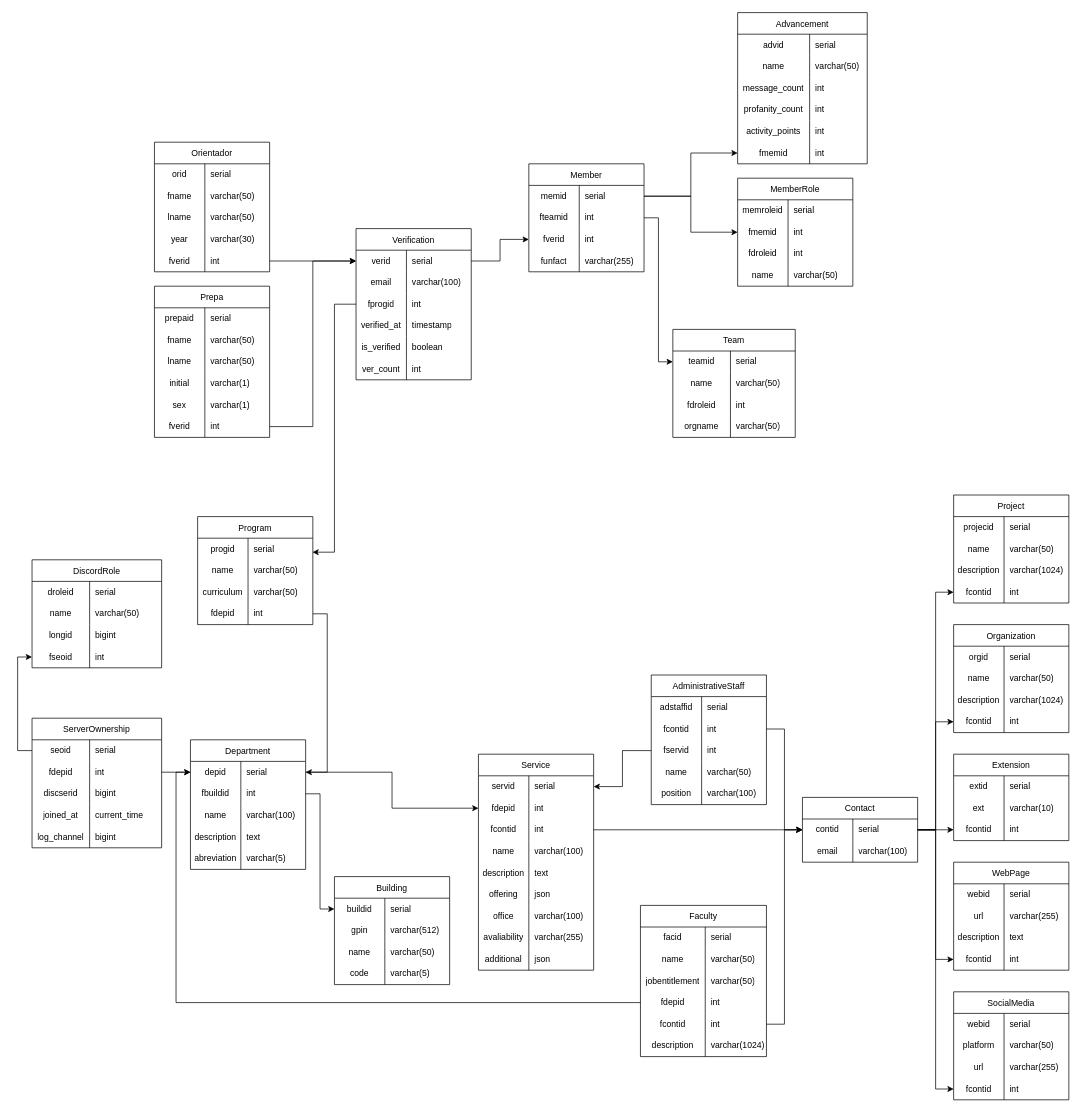
The draw.io diagram assets/schema/DatabaseSchema.drawio in AlfredoSoto1/BotOrientador, before the edit. Source tidied: cells renumbered, new cells numbered last; positions are measured from the earlier drawing's top-left corner, leaving out a move shared by most shapes. Both pictures are drawn from the tidied source at 72%, with x=0, y=0 at pixel (32, 12).
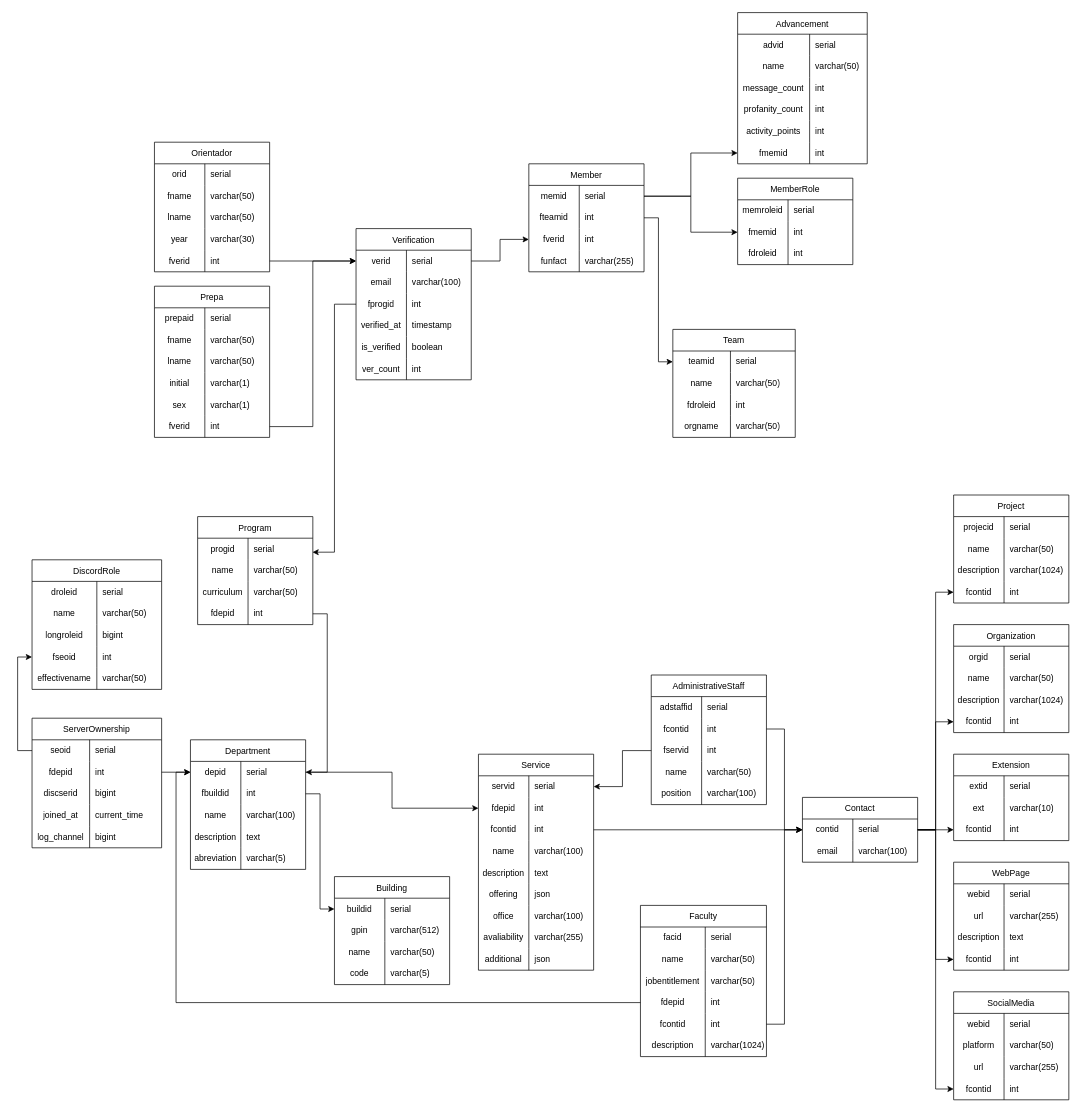
The same page after the edit.

The change refers to these unchanged cells:
```xml
<mxCell id="327" style="shape=tableRow;horizontal=0;startSize=0;swimlaneHead=0;swimlaneBody=0;top=0;left=0;bottom=0;right=0;fillColor=none;strokeColor=inherit;fontSize=12;" parent="326" vertex="1">
  <mxGeometry y="30" width="180" height="30" as="geometry" />
</mxCell>
<mxCell id="330" style="shape=tableRow;horizontal=0;startSize=0;swimlaneHead=0;swimlaneBody=0;top=0;left=0;bottom=0;right=0;fillColor=none;strokeColor=inherit;fontSize=12;" parent="326" vertex="1">
  <mxGeometry y="60" width="180" height="30" as="geometry" />
</mxCell>
<mxCell id="333" style="shape=tableRow;horizontal=0;startSize=0;swimlaneHead=0;swimlaneBody=0;top=0;left=0;bottom=0;right=0;fillColor=none;strokeColor=inherit;fontSize=12;" parent="326" vertex="1">
  <mxGeometry y="90" width="180" height="30" as="geometry" />
</mxCell>
<mxCell id="336" style="shape=tableRow;horizontal=0;startSize=0;swimlaneHead=0;swimlaneBody=0;top=0;left=0;bottom=0;right=0;fillColor=none;points=[[0,0.5],[1,0.5]];portConstraint=eastwest;strokeColor=inherit;fontSize=12;" parent="326" vertex="1">
  <mxGeometry y="120" width="180" height="30" as="geometry" />
</mxCell>
```

Change to the diagram source:
```diff
@@
     <mxCell id="251" value="MemberRole" style="shape=table;startSize=30;childLayout=tableLayout;rowLines=0;fontStyle=0;strokeColor=default;fontSize=12;" parent="1" vertex="1">
-      <mxGeometry x="980" y="230" width="160" height="150" as="geometry" />
+      <mxGeometry x="980" y="230" width="160" height="120" as="geometry" />
     </mxCell>
@@
-    <mxCell id="261" style="shape=tableRow;horizontal=0;startSize=0;swimlaneHead=0;swimlaneBody=0;top=0;left=0;bottom=0;right=0;fillColor=none;strokeColor=inherit;fontSize=12;" parent="251" vertex="1">
-      <mxGeometry y="120" width="160" height="30" as="geometry" />
-    </mxCell>
-    <mxCell id="262" value="name" style="shape=partialRectangle;html=1;whiteSpace=wrap;fillColor=none;top=0;left=0;bottom=0;right=0;overflow=hidden;strokeColor=inherit;fontSize=12;" parent="261" vertex="1">
-      <mxGeometry width="70" height="30" as="geometry" />
-    </mxCell>
-    <mxCell id="263" value="varchar(50)" style="shape=partialRectangle;html=1;whiteSpace=wrap;fillColor=none;top=0;left=0;bottom=0;right=0;align=left;spacingLeft=6;overflow=hidden;strokeColor=inherit;fontSize=12;" parent="261" vertex="1">
-      <mxGeometry x="70" width="90" height="30" as="geometry" />
-    </mxCell>
@@
     <mxCell id="326" value="DiscordRole" style="shape=table;startSize=30;childLayout=tableLayout;rowLines=0;fontStyle=0;strokeColor=default;fontSize=12;" parent="1" vertex="1">
-      <mxGeometry y="760" width="180" height="150" as="geometry" />
+      <mxGeometry y="760" width="180" height="180" as="geometry" />
     </mxCell>
@@
     <mxCell id="328" value="droleid" style="shape=partialRectangle;html=1;whiteSpace=wrap;fillColor=none;top=0;left=0;bottom=0;right=0;overflow=hidden;strokeColor=inherit;fontSize=12;spacing=2;" parent="327" vertex="1">
-      <mxGeometry width="80" height="30" as="geometry" />
+      <mxGeometry width="90" height="30" as="geometry" />
     </mxCell>
     <mxCell id="329" value="serial" style="shape=partialRectangle;html=1;whiteSpace=wrap;fillColor=none;top=0;left=0;bottom=0;right=0;align=left;spacingLeft=6;overflow=hidden;strokeColor=inherit;fontSize=12;" parent="327" vertex="1">
-      <mxGeometry x="80" width="100" height="30" as="geometry" />
+      <mxGeometry x="90" width="90" height="30" as="geometry" />
     </mxCell>
@@
     <mxCell id="331" value="name" style="shape=partialRectangle;html=1;whiteSpace=wrap;fillColor=none;top=0;left=0;bottom=0;right=0;overflow=hidden;strokeColor=inherit;fontSize=12;spacing=2;" parent="330" vertex="1">
-      <mxGeometry width="80" height="30" as="geometry" />
+      <mxGeometry width="90" height="30" as="geometry" />
     </mxCell>
     <mxCell id="332" value="varchar(50)" style="shape=partialRectangle;html=1;whiteSpace=wrap;fillColor=none;top=0;left=0;bottom=0;right=0;align=left;spacingLeft=6;overflow=hidden;strokeColor=inherit;fontSize=12;" parent="330" vertex="1">
-      <mxGeometry x="80" width="100" height="30" as="geometry" />
+      <mxGeometry x="90" width="90" height="30" as="geometry" />
     </mxCell>
@@
-    <mxCell id="334" value="longid" style="shape=partialRectangle;html=1;whiteSpace=wrap;fillColor=none;top=0;left=0;bottom=0;right=0;overflow=hidden;strokeColor=inherit;fontSize=12;" parent="333" vertex="1">
-      <mxGeometry width="80" height="30" as="geometry" />
+    <mxCell id="334" value="longroleid" style="shape=partialRectangle;html=1;whiteSpace=wrap;fillColor=none;top=0;left=0;bottom=0;right=0;overflow=hidden;strokeColor=inherit;fontSize=12;" parent="333" vertex="1">
+      <mxGeometry width="90" height="30" as="geometry" />
     </mxCell>
     <mxCell id="335" value="bigint" style="shape=partialRectangle;html=1;whiteSpace=wrap;fillColor=none;top=0;left=0;bottom=0;right=0;align=left;spacingLeft=6;overflow=hidden;strokeColor=inherit;fontSize=12;" parent="333" vertex="1">
-      <mxGeometry x="80" width="100" height="30" as="geometry" />
+      <mxGeometry x="90" width="90" height="30" as="geometry" />
     </mxCell>
@@
     <mxCell id="337" value="fseoid" style="shape=partialRectangle;html=1;whiteSpace=wrap;fillColor=none;top=0;left=0;bottom=0;right=0;overflow=hidden;strokeColor=inherit;fontSize=12;" parent="336" vertex="1">
-      <mxGeometry width="80" height="30" as="geometry" />
+      <mxGeometry width="90" height="30" as="geometry" />
     </mxCell>
     <mxCell id="338" value="int" style="shape=partialRectangle;html=1;whiteSpace=wrap;fillColor=none;top=0;left=0;bottom=0;right=0;align=left;spacingLeft=6;overflow=hidden;strokeColor=inherit;fontSize=12;" parent="336" vertex="1">
-      <mxGeometry x="80" width="100" height="30" as="geometry" />
+      <mxGeometry x="90" width="90" height="30" as="geometry" />
     </mxCell>
+    <mxCell id="340" style="shape=tableRow;horizontal=0;startSize=0;swimlaneHead=0;swimlaneBody=0;top=0;left=0;bottom=0;right=0;fillColor=none;strokeColor=inherit;fontSize=12;" parent="326" vertex="1">
+      <mxGeometry y="150" width="180" height="30" as="geometry" />
+    </mxCell>
+    <mxCell id="341" value="effectivename" style="shape=partialRectangle;html=1;whiteSpace=wrap;fillColor=none;top=0;left=0;bottom=0;right=0;overflow=hidden;strokeColor=inherit;fontSize=12;" parent="340" vertex="1">
+      <mxGeometry width="90" height="30" as="geometry" />
+    </mxCell>
+    <mxCell id="263" value="varchar(50)" style="shape=partialRectangle;html=1;whiteSpace=wrap;fillColor=none;top=0;left=0;bottom=0;right=0;align=left;spacingLeft=6;overflow=hidden;strokeColor=inherit;fontSize=12;" parent="340" vertex="1">
+      <mxGeometry x="90" width="90" height="30" as="geometry" />
+    </mxCell>
```
